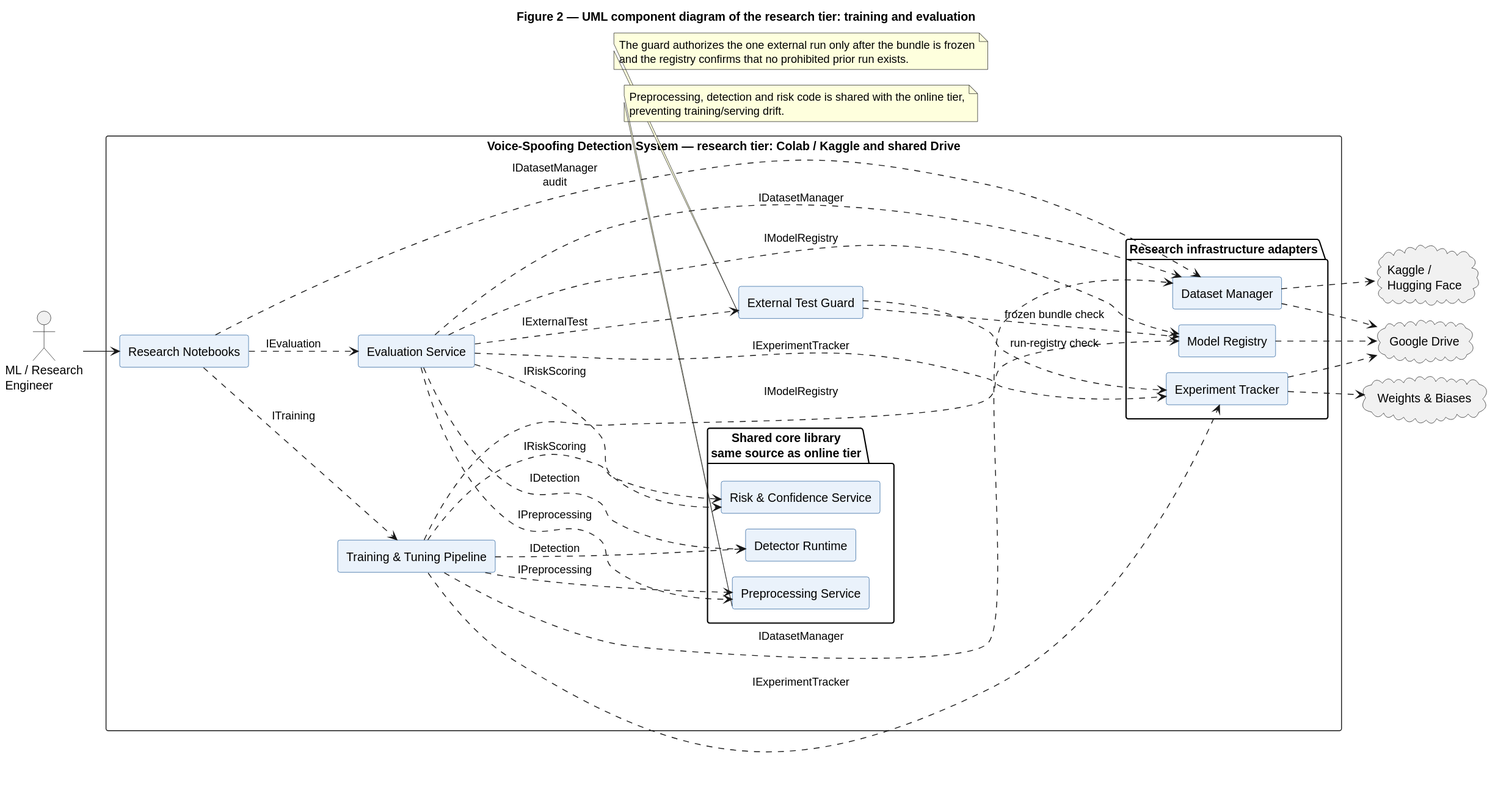
Above: docs/uml/component-research.svg in kahlanzzi/voice-spoofing-detection (PlantUML), before the change. Source of this version:
```plantuml
@startuml
!pragma layout smetana
title Figure 2 — UML component diagram of the research tier: training and evaluation
left to right direction

skinparam shadowing false
skinparam backgroundColor white
skinparam componentStyle rectangle
skinparam component {
  BackgroundColor #EAF2FB
  BorderColor #1F5A99
}

actor "ML / Research\nEngineer" as Engineer

rectangle "Voice-Spoofing Detection System — research tier: Colab / Kaggle and shared Drive" {
  component "Research Notebooks" as Notebooks
  component "Training & Tuning Pipeline" as Training
  component "Evaluation Service" as Evaluation
  component "External Test Guard" as Guard

  package "Shared core library\nsame source as online tier" {
    component "Preprocessing Service" as Preprocess
    component "Detector Runtime" as Detector
    component "Risk & Confidence Service" as Risk
  }

  package "Research infrastructure adapters" {
    component "Dataset Manager" as Dataset
    component "Model Registry" as Registry
    component "Experiment Tracker" as Tracker
  }
}

cloud "Kaggle /\nHugging Face" as Kaggle
cloud "Google Drive" as Drive
cloud "Weights & Biases" as WandB

Engineer --> Notebooks
Notebooks ..> Training : ITraining
Notebooks ..> Evaluation : IEvaluation
Notebooks ..> Dataset : IDatasetManager\naudit

Training ..> Preprocess : IPreprocessing
Training ..> Detector : IDetection
Training ..> Risk : IRiskScoring
Training ..> Dataset : IDatasetManager
Training ..> Registry : IModelRegistry
Training ..> Tracker : IExperimentTracker

Evaluation ..> Preprocess : IPreprocessing
Evaluation ..> Detector : IDetection
Evaluation ..> Risk : IRiskScoring
Evaluation ..> Dataset : IDatasetManager
Evaluation ..> Registry : IModelRegistry
Evaluation ..> Tracker : IExperimentTracker
Evaluation ..> Guard : IExternalTest

Guard ..> Registry : frozen bundle check
Guard ..> Tracker : run-registry check

Dataset ..> Kaggle
Dataset ..> Drive
Registry ..> Drive
Tracker ..> Drive
Tracker ..> WandB

note bottom of Guard
  The guard authorizes the one external run only after the bundle is frozen
  and the registry confirms that no prohibited prior run exists.
end note

note bottom of Preprocess
  Preprocessing, detection and risk code is shared with the online tier,
  preventing training/serving drift.
end note
@enduml
```
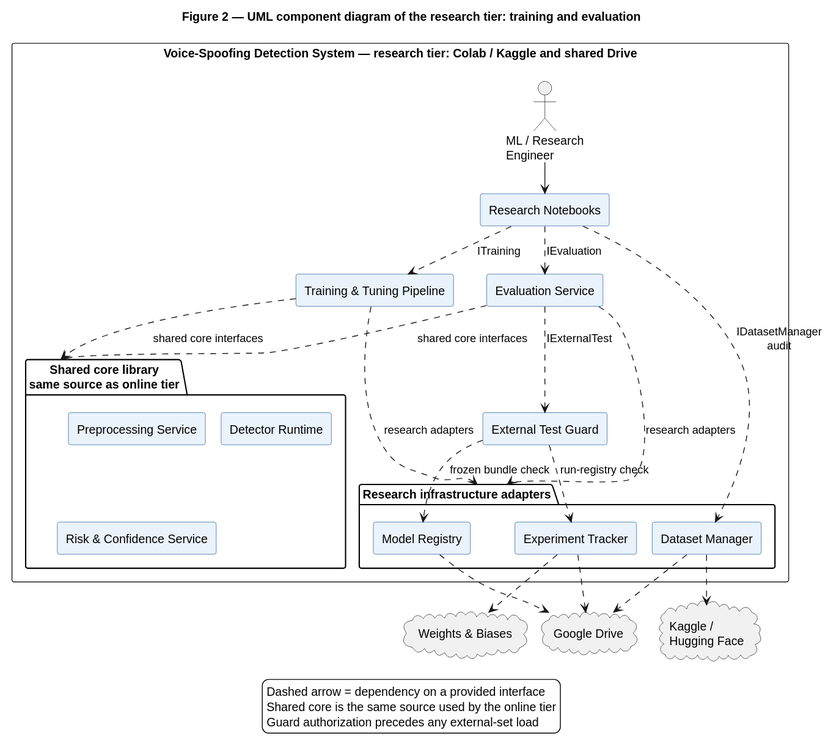
After the commit.

The edit, as a diff of the source:
```diff
@@ -1,7 +1,7 @@
 @startuml
 !pragma layout smetana
 title Figure 2 — UML component diagram of the research tier: training and evaluation
-left to right direction
+top to bottom direction
 
 skinparam shadowing false
 skinparam backgroundColor white
@@ -11,21 +11,20 @@
   BorderColor #1F5A99
 }
 
-actor "ML / Research\nEngineer" as Engineer
-
 rectangle "Voice-Spoofing Detection System — research tier: Colab / Kaggle and shared Drive" {
+  actor "ML / Research\nEngineer" as Engineer
   component "Research Notebooks" as Notebooks
   component "Training & Tuning Pipeline" as Training
   component "Evaluation Service" as Evaluation
   component "External Test Guard" as Guard
 
-  package "Shared core library\nsame source as online tier" {
+  package "Shared core library\nsame source as online tier" as SharedCore {
     component "Preprocessing Service" as Preprocess
     component "Detector Runtime" as Detector
     component "Risk & Confidence Service" as Risk
   }
 
-  package "Research infrastructure adapters" {
+  package "Research infrastructure adapters" as Infra {
     component "Dataset Manager" as Dataset
     component "Model Registry" as Registry
     component "Experiment Tracker" as Tracker
@@ -41,19 +40,10 @@
 Notebooks ..> Evaluation : IEvaluation
 Notebooks ..> Dataset : IDatasetManager\naudit
 
-Training ..> Preprocess : IPreprocessing
-Training ..> Detector : IDetection
-Training ..> Risk : IRiskScoring
-Training ..> Dataset : IDatasetManager
-Training ..> Registry : IModelRegistry
-Training ..> Tracker : IExperimentTracker
-
-Evaluation ..> Preprocess : IPreprocessing
-Evaluation ..> Detector : IDetection
-Evaluation ..> Risk : IRiskScoring
-Evaluation ..> Dataset : IDatasetManager
-Evaluation ..> Registry : IModelRegistry
-Evaluation ..> Tracker : IExperimentTracker
+Training ..> SharedCore : shared core interfaces
+Training ..> Infra : research adapters
+Evaluation ..> SharedCore : shared core interfaces
+Evaluation ..> Infra : research adapters
 Evaluation ..> Guard : IExternalTest
 
 Guard ..> Registry : frozen bundle check
@@ -65,13 +55,9 @@
 Tracker ..> Drive
 Tracker ..> WandB
 
-note bottom of Guard
-  The guard authorizes the one external run only after the bundle is frozen
-  and the registry confirms that no prohibited prior run exists.
-end note
-
-note bottom of Preprocess
-  Preprocessing, detection and risk code is shared with the online tier,
-  preventing training/serving drift.
-end note
+legend bottom
+  Dashed arrow = dependency on a provided interface
+  Shared core is the same source used by the online tier
+  Guard authorization precedes any external-set load
+endlegend
 @enduml
```
